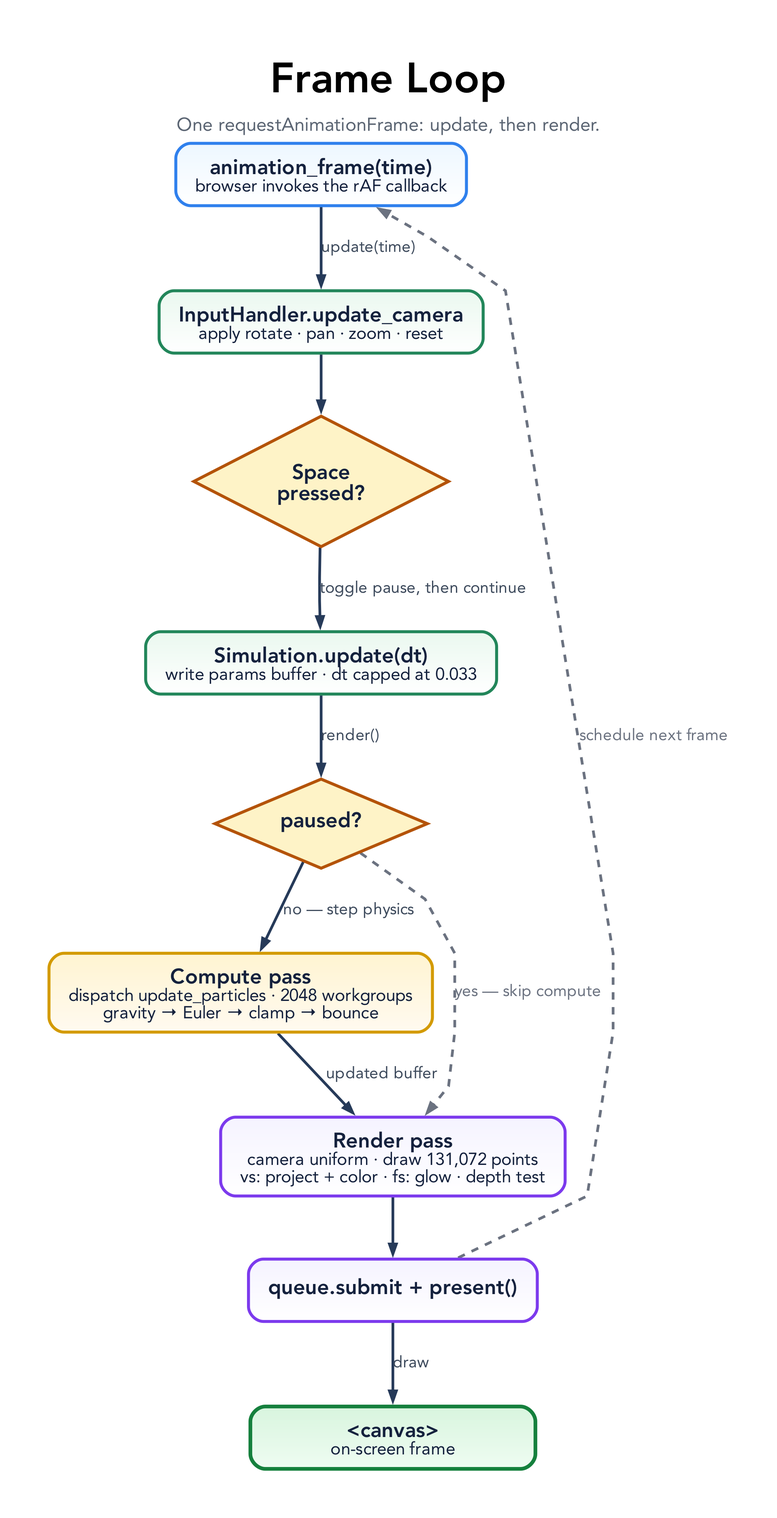
Before: docs/diagrams/frame-loop.png, a diagram exported from Graphviz (tre-systems/galacto). Its source is kept beside it as docs/diagrams/frame-loop.dot. The source it was exported from:
```dot
digraph FrameLoop {
  graph [
    rankdir=TB,
    bgcolor="#ffffff",
    pad="0.55",
    nodesep="0.5",
    ranksep="0.7",
    splines=polyline,
    outputorder=edgesfirst,
    newrank=true,
    forcelabels=true,
    fontname="Avenir",
    label=<
      <TABLE BORDER="0" CELLBORDER="0" CELLSPACING="0" CELLPADDING="0">
        <TR><TD><FONT POINT-SIZE="34"><B>Frame Loop</B></FONT></TD></TR>
        <TR><TD><FONT POINT-SIZE="15" COLOR="#5b6573">One requestAnimationFrame: update, then render.</FONT></TD></TR>
      </TABLE>
    >,
    labelloc=t,
    labeljust=c
  ];

  node [
    shape=box,
    style="rounded,filled",
    margin="0.22,0.13",
    width=3.2,
    height=0.7,
    fontname="Avenir",
    fontsize=17,
    penwidth=2.4,
    fontcolor="#14213d",
    color="#2264c7",
    fillcolor="#eaf3ff:#ffffff",
    gradientangle=270
  ];

  edge [
    color="#263a59",
    fontname="Avenir",
    fontsize=13,
    fontcolor="#3d4a5c",
    penwidth=2.2,
    arrowsize=0.8
  ];

  START [label=<<B>animation_frame(time)</B><BR/><FONT POINT-SIZE="14">browser invokes the rAF callback</FONT>>, fillcolor="#edf7ff:#ffffff", color="#2f80ed"];

  U1 [label=<<B>InputHandler.update_camera</B><BR/><FONT POINT-SIZE="14">apply rotate · pan · zoom · reset</FONT>>, fillcolor="#eaf8ef:#ffffff", color="#22865a"];
  U2 [shape=diamond, style=filled, fillcolor="#fef3c7", color="#b45309", width=2.0, height=1.0, label=<<B>Space<BR/>pressed?</B>>];
  U3 [label=<<B>Simulation.update(dt)</B><BR/><FONT POINT-SIZE="14">write params buffer · dt capped at 0.033</FONT>>, fillcolor="#eaf8ef:#ffffff", color="#22865a"];

  DEC [shape=diamond, style=filled, fillcolor="#fef3c7", color="#b45309", width=2.0, height=1.0, label=<<B>paused?</B>>];
  CP [label=<<B>Compute pass</B><BR/><FONT POINT-SIZE="14">dispatch update_particles · 2048 workgroups<BR/>gravity → Euler → clamp → bounce</FONT>>, fillcolor="#fff4d1:#fffaf0", color="#d39a00"];
  RP [label=<<B>Render pass</B><BR/><FONT POINT-SIZE="14">camera uniform · draw 131,072 points<BR/>vs: project + color · fs: glow · depth test</FONT>>, fillcolor="#f5f3ff:#ffffff", color="#7c3aed"];
  PRES [label=<<B>queue.submit + present()</B>>, fillcolor="#f5f3ff:#ffffff", color="#7c3aed"];

  CANVAS [label=<<B>&lt;canvas&gt;</B><BR/><FONT POINT-SIZE="14">on-screen frame</FONT>>, fillcolor="#d8f5de:#effcf2", color="#15803d", penwidth=3.0];

  START -> U1 [label="update(time)"];
  U1 -> U2;
  U2 -> U3 [label="toggle pause, then continue"];
  U3 -> DEC [label="render()"];

  DEC -> CP [label="no — step physics"];
  DEC -> RP [label="yes — skip compute", color="#6b7280", fontcolor="#6b7280", style=dashed];
  CP -> RP [label="updated buffer"];
  RP -> PRES;
  PRES -> CANVAS [label="draw"];

  PRES -> START [label="schedule next frame", color="#6b7280", fontcolor="#6b7280", style=dashed, constraint=false];
}
```
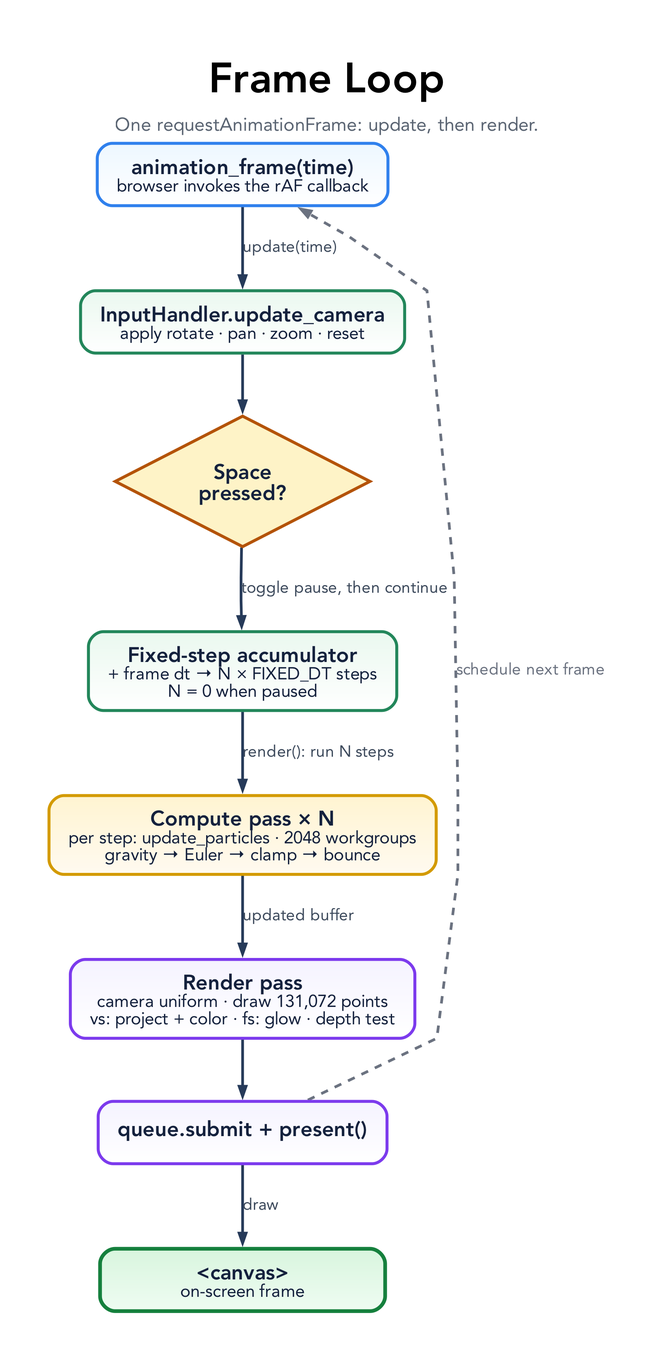
The same diagram one commit later.

Commit message:
feat: fixed-timestep simulation; cache-control headers for the wasm pair

Diff of the diagram source:
```diff
@@ -48,10 +48,9 @@
 
   U1 [label=<<B>InputHandler.update_camera</B><BR/><FONT POINT-SIZE="14">apply rotate · pan · zoom · reset</FONT>>, fillcolor="#eaf8ef:#ffffff", color="#22865a"];
   U2 [shape=diamond, style=filled, fillcolor="#fef3c7", color="#b45309", width=2.0, height=1.0, label=<<B>Space<BR/>pressed?</B>>];
-  U3 [label=<<B>Simulation.update(dt)</B><BR/><FONT POINT-SIZE="14">write params buffer · dt capped at 0.033</FONT>>, fillcolor="#eaf8ef:#ffffff", color="#22865a"];
+  U3 [label=<<B>Fixed-step accumulator</B><BR/><FONT POINT-SIZE="14">+ frame dt → N × FIXED_DT steps<BR/>N = 0 when paused</FONT>>, fillcolor="#eaf8ef:#ffffff", color="#22865a"];
 
-  DEC [shape=diamond, style=filled, fillcolor="#fef3c7", color="#b45309", width=2.0, height=1.0, label=<<B>paused?</B>>];
-  CP [label=<<B>Compute pass</B><BR/><FONT POINT-SIZE="14">dispatch update_particles · 2048 workgroups<BR/>gravity → Euler → clamp → bounce</FONT>>, fillcolor="#fff4d1:#fffaf0", color="#d39a00"];
+  CP [label=<<B>Compute pass × N</B><BR/><FONT POINT-SIZE="14">per step: update_particles · 2048 workgroups<BR/>gravity → Euler → clamp → bounce</FONT>>, fillcolor="#fff4d1:#fffaf0", color="#d39a00"];
   RP [label=<<B>Render pass</B><BR/><FONT POINT-SIZE="14">camera uniform · draw 131,072 points<BR/>vs: project + color · fs: glow · depth test</FONT>>, fillcolor="#f5f3ff:#ffffff", color="#7c3aed"];
   PRES [label=<<B>queue.submit + present()</B>>, fillcolor="#f5f3ff:#ffffff", color="#7c3aed"];
 
@@ -60,10 +59,7 @@
   START -> U1 [label="update(time)"];
   U1 -> U2;
   U2 -> U3 [label="toggle pause, then continue"];
-  U3 -> DEC [label="render()"];
-
-  DEC -> CP [label="no — step physics"];
-  DEC -> RP [label="yes — skip compute", color="#6b7280", fontcolor="#6b7280", style=dashed];
+  U3 -> CP [label="render(): run N steps"];
   CP -> RP [label="updated buffer"];
   RP -> PRES;
   PRES -> CANVAS [label="draw"];
```
